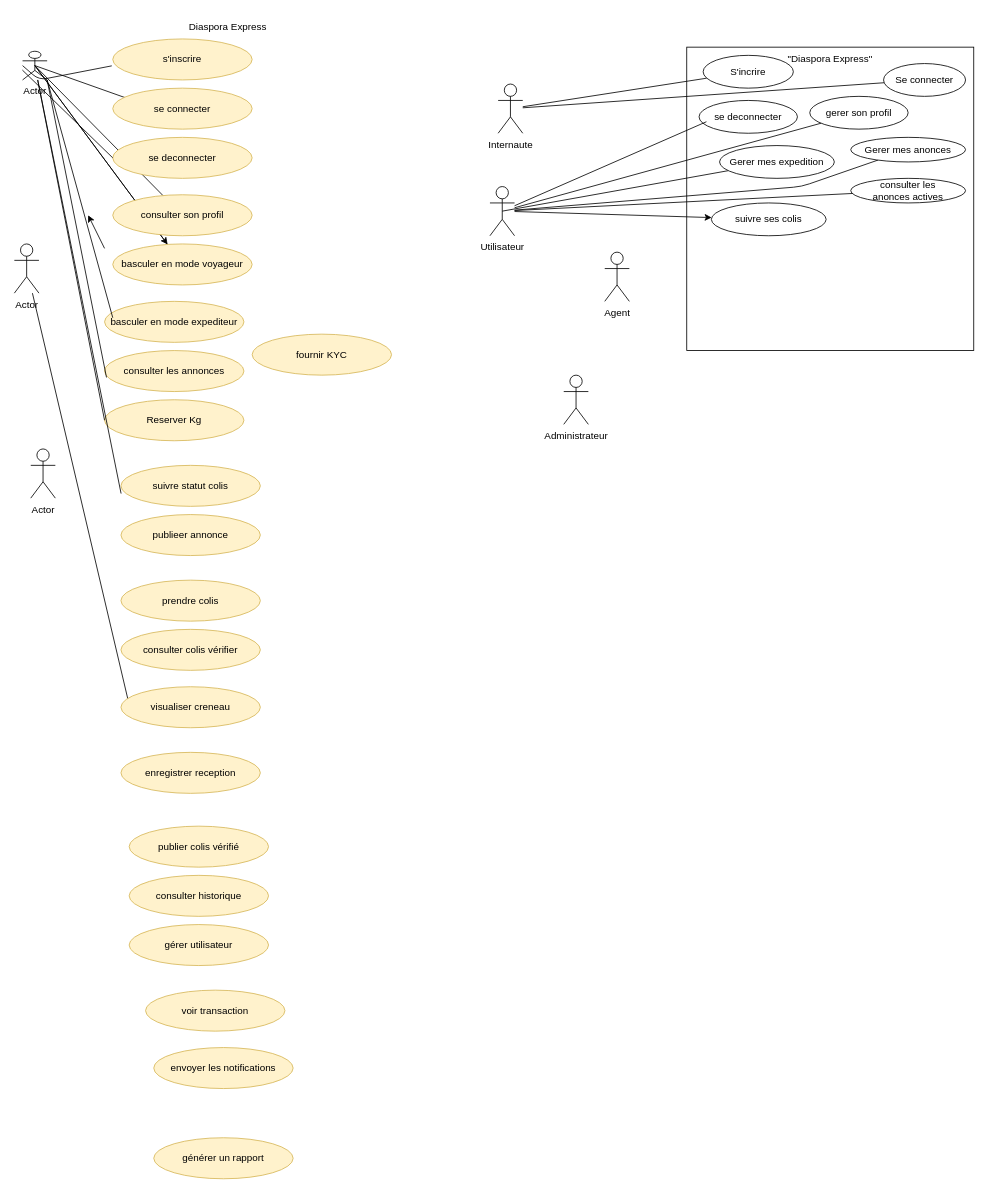
The draw.io diagram docs/Diagramme de cas utilisation.drawio in McChanel/Diaspora-Express, before the edit. Source tidied: cells renumbered, new cells numbered last; positions are measured from the earlier drawing's top-left corner, leaving out a move shared by most shapes. Both pictures are drawn from the tidied source at 82%, with x=0, y=0 at pixel (14, 14).
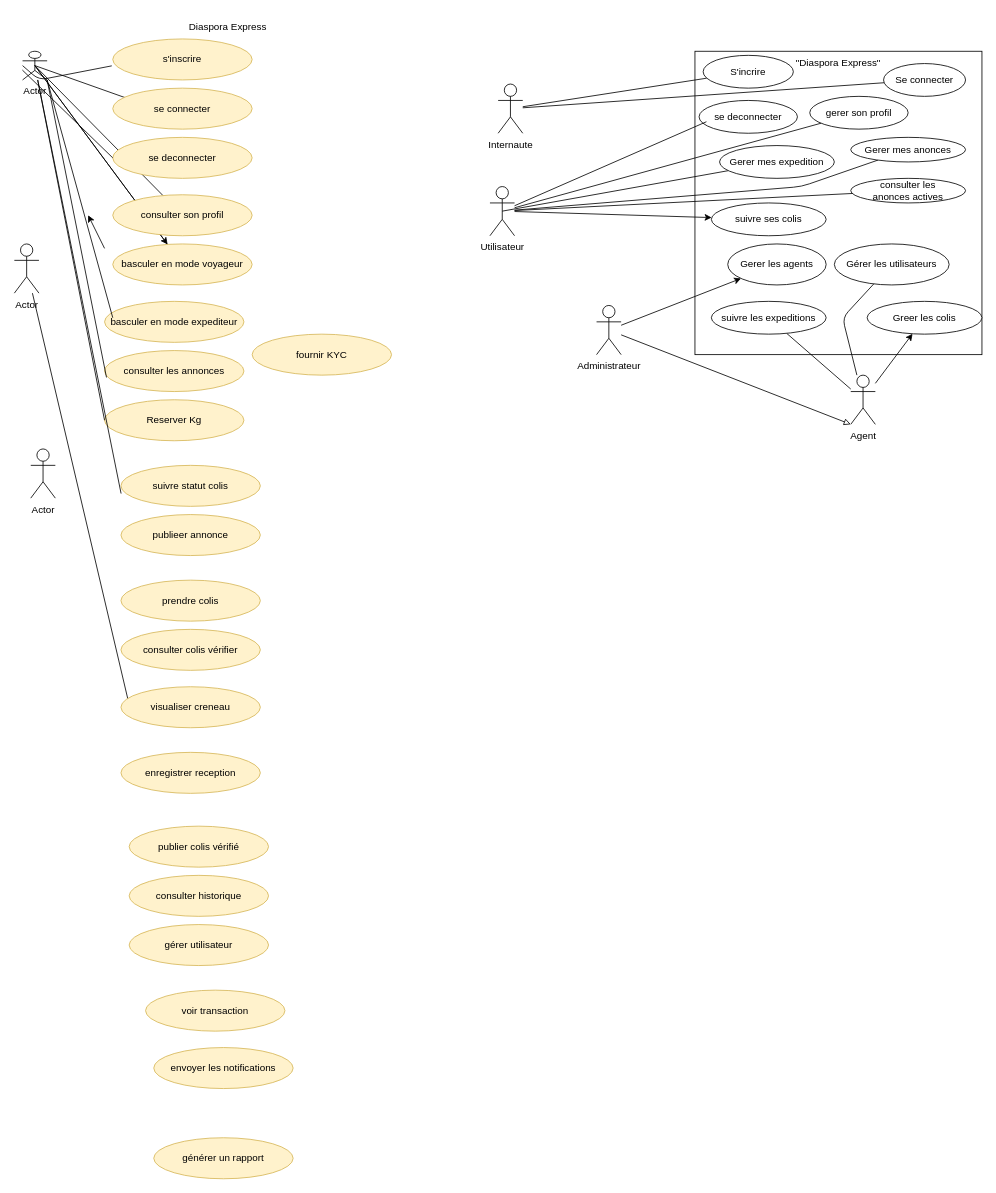
The same diagram, later.

Commit message:
update cas d'utilisation

The edit, as a diff of the source:
```diff
@@
     <mxCell id="39" value="&quot;Diaspora Express&quot;" style="html=1;whiteSpace=wrap;verticalAlign=top;" parent="1" vertex="1">
-      <mxGeometry x="820" y="40" width="350" height="370" as="geometry" />
+      <mxGeometry x="830" y="45" width="350" height="370" as="geometry" />
     </mxCell>
@@
     <mxCell id="48" value="Agent" style="shape=umlActor;verticalLabelPosition=bottom;verticalAlign=top;html=1;" parent="1" vertex="1">
-      <mxGeometry x="720" y="290" width="30" height="60" as="geometry" />
+      <mxGeometry x="1020" y="440" width="30" height="60" as="geometry" />
     </mxCell>
     <mxCell id="49" value="Administrateur" style="shape=umlActor;verticalLabelPosition=bottom;verticalAlign=top;html=1;" parent="1" vertex="1">
-      <mxGeometry x="670" y="440" width="30" height="60" as="geometry" />
+      <mxGeometry x="710" y="355" width="30" height="60" as="geometry" />
     </mxCell>
@@
+    <mxCell id="60" style="edgeStyle=none;html=1;endArrow=none;endFill=0;" parent="1" edge="1" source="48" target="61">
+      <mxGeometry relative="1" as="geometry" />
+    </mxCell>
+    <mxCell id="61" value="suivre les expeditions" style="ellipse;whiteSpace=wrap;html=1;" parent="1" vertex="1">
+      <mxGeometry x="850" y="350" width="140" height="40" as="geometry" />
+    </mxCell>
+    <mxCell id="62" value="Gérer les utilisateurs" style="ellipse;whiteSpace=wrap;html=1;" parent="1" vertex="1">
+      <mxGeometry x="1000" y="280" width="140" height="50" as="geometry" />
+    </mxCell>
+    <mxCell id="63" style="edgeStyle=none;html=1;" parent="1" edge="1" source="49" target="66">
+      <mxGeometry relative="1" as="geometry" />
+    </mxCell>
+    <mxCell id="64" style="edgeStyle=none;html=1;endArrow=none;endFill=0;" parent="1" edge="1" source="48" target="62">
+      <mxGeometry relative="1" as="geometry">
+        <Array as="points">
+          <mxPoint x="1010" y="370" />
+        </Array>
+      </mxGeometry>
+    </mxCell>
+    <mxCell id="65" style="edgeStyle=none;html=1;entryX=0;entryY=1;entryDx=0;entryDy=0;entryPerimeter=0;endArrow=block;endFill=0;startArrow=none;startFill=0;" parent="1" edge="1" source="49" target="48">
+      <mxGeometry relative="1" as="geometry" />
+    </mxCell>
+    <mxCell id="66" value="Gerer les agents" style="ellipse;whiteSpace=wrap;html=1;" parent="1" vertex="1">
+      <mxGeometry x="870" y="280" width="120" height="50" as="geometry" />
+    </mxCell>
+    <mxCell id="67" value="Greer les colis" style="ellipse;whiteSpace=wrap;html=1;" parent="1" vertex="1">
+      <mxGeometry x="1040" y="350" width="140" height="40" as="geometry" />
+    </mxCell>
+    <mxCell id="68" style="edgeStyle=none;html=1;" parent="1" edge="1" source="48" target="67">
+      <mxGeometry relative="1" as="geometry" />
+    </mxCell>
```
